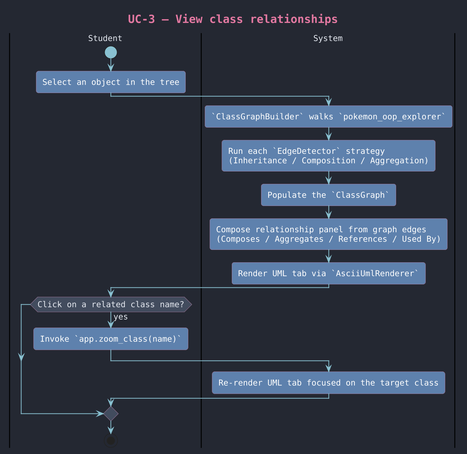
Above: docs/uml/use_cases/images/uc-3_class_relationships.png in avih7531/pokemon-oop-explorer (PlantUML), before the change.
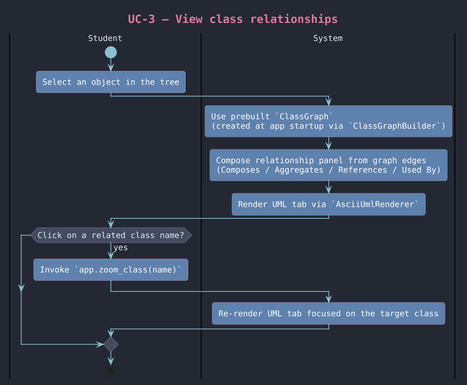
Later version of the same file.

Diff of the diagram source:
```diff
@@ -7,10 +7,8 @@
 start
 :Select an object in the tree;
 |System|
-:`ClassGraphBuilder` walks `pokemon_oop_explorer`;
-:Run each `EdgeDetector` strategy
-(Inheritance / Composition / Aggregation);
-:Populate the `ClassGraph`;
+:Use prebuilt `ClassGraph`
+(created at app startup via `ClassGraphBuilder`);
 :Compose relationship panel from graph edges
 (Composes / Aggregates / References / Used By);
 :Render UML tab via `AsciiUmlRenderer`;
```
